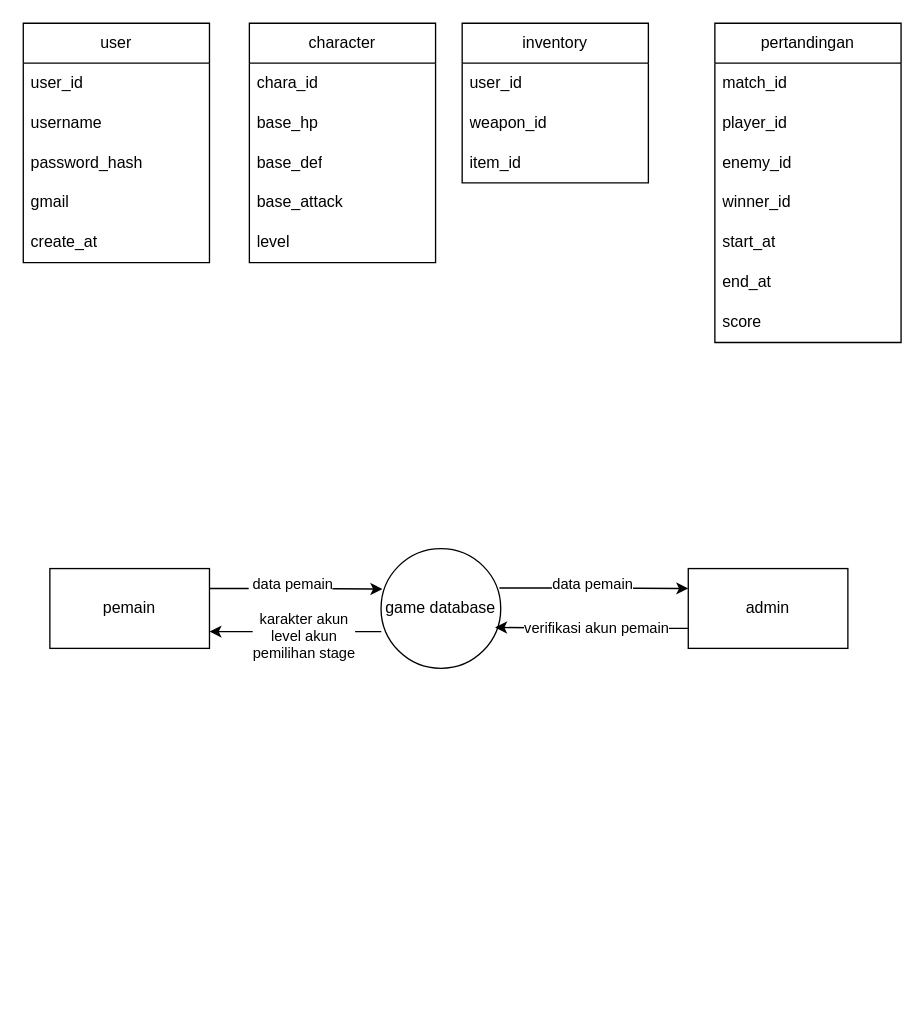
Above: Diagram Tanpa Judul.drawio in sanusiamir/uas_blogs (draw.io), before the change. Source tidied: cells renumbered, new cells numbered last; positions are measured from the earlier drawing's top-left corner, leaving out a move shared by most shapes. Both pictures are drawn from the tidied source at 133%, with x=0, y=0 at pixel (23, 23).
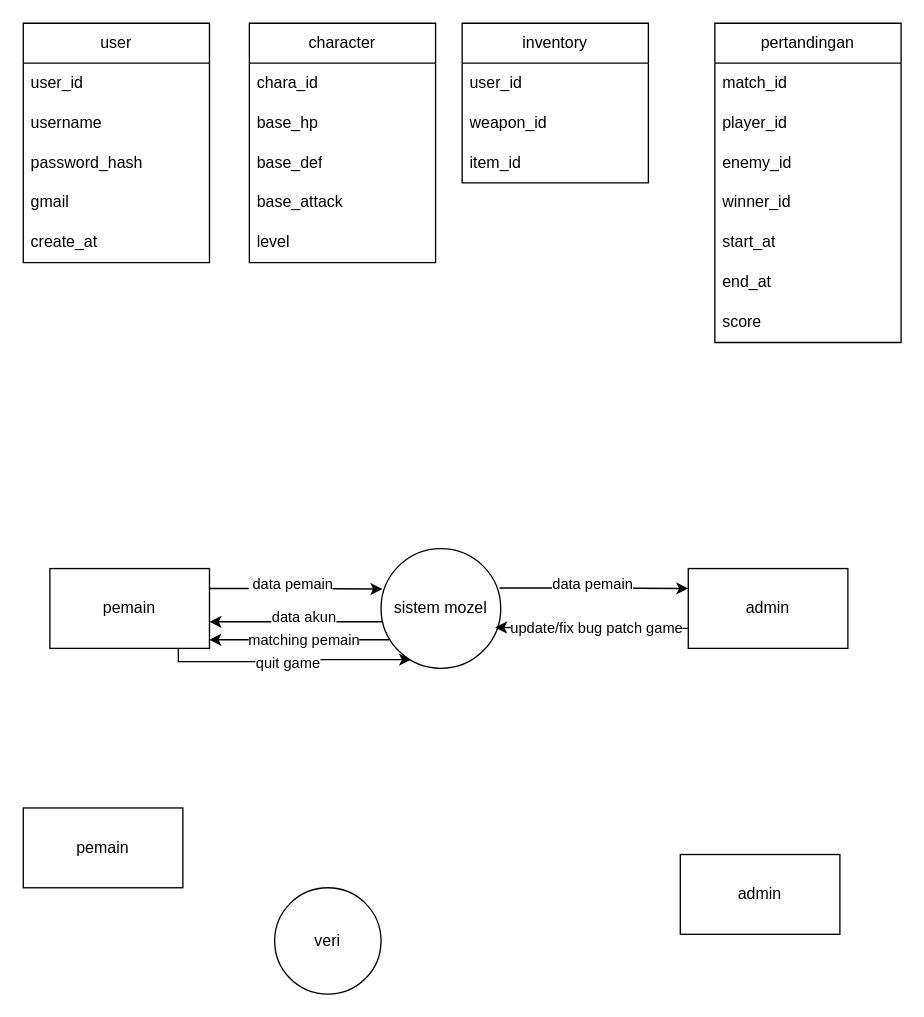
The same page after the edit.

The change refers to these unchanged cells:
```xml
<mxCell id="33" value="pemain" style="rounded=0;whiteSpace=wrap;html=1;" parent="1" vertex="1">
  <mxGeometry x="20" y="410" width="120" height="60" as="geometry" />
</mxCell>
<mxCell id="35" style="edgeStyle=orthogonalEdgeStyle;rounded=0;jettySize=auto;html=1;exitX=0;exitY=0.75;exitDx=0;exitDy=0;entryX=0.953;entryY=0.658;entryDx=0;entryDy=0;entryPerimeter=0;" parent="1" edge="1" source="34" target="6">
  <mxGeometry relative="1" as="geometry" />
</mxCell>
```

Change to the diagram source:
```diff
@@
-    <mxCell id="4" style="edgeStyle=orthogonalEdgeStyle;rounded=0;jettySize=auto;html=1;exitX=0.002;exitY=0.693;exitDx=0;exitDy=0;entryX=1;entryY=0.79;entryDx=0;entryDy=0;exitPerimeter=0;entryPerimeter=0;" parent="1" edge="1" source="6" target="33">
-      <mxGeometry relative="1" as="geometry" />
+    <mxCell id="4" style="edgeStyle=orthogonalEdgeStyle;rounded=0;jettySize=auto;html=1;exitX=0.007;exitY=0.613;exitDx=0;exitDy=0;exitPerimeter=0;" parent="1" edge="1" source="6">
+      <mxGeometry relative="1" as="geometry">
+        <mxPoint x="140" y="450" as="targetPoint" />
+        <Array as="points">
+          <mxPoint x="140" y="450" />
+        </Array>
+      </mxGeometry>
     </mxCell>
-    <mxCell id="5" value="karakter akun&lt;div&gt;level akun&lt;/div&gt;&lt;div&gt;pemilihan stage&lt;/div&gt;" style="edgeLabel;html=1;align=center;verticalAlign=middle;" parent="4" vertex="1">
+    <mxCell id="5" value="data akun&lt;br&gt;&lt;div&gt;&lt;br&gt;&lt;/div&gt;" style="edgeLabel;html=1;align=center;verticalAlign=middle;" parent="4" vertex="1">
       <mxGeometry x="-0.15" y="3" relative="1" as="geometry">
         <mxPoint x="-4" as="offset" />
       </mxGeometry>
     </mxCell>
-    <mxCell id="6" value="game database" style="ellipse;whiteSpace=wrap;html=1;" parent="1" vertex="1">
+    <mxCell id="6" value="sistem mozel" style="ellipse;whiteSpace=wrap;html=1;" parent="1" vertex="1">
       <mxGeometry x="269" y="395" width="90" height="90" as="geometry" />
     </mxCell>
@@
+    <mxCell id="37" style="edgeStyle=orthogonalEdgeStyle;rounded=0;jettySize=auto;html=1;entryX=0.251;entryY=0.928;entryDx=0;entryDy=0;exitX=0.805;exitY=0.995;exitDx=0;exitDy=0;exitPerimeter=0;entryPerimeter=0;" parent="1" edge="1" source="33" target="6">
+      <mxGeometry relative="1" as="geometry">
+        <Array as="points">
+          <mxPoint x="117" y="480" />
+          <mxPoint x="205" y="480" />
+          <mxPoint x="205" y="478" />
+        </Array>
+      </mxGeometry>
+    </mxCell>
+    <mxCell id="38" value="quit game" style="edgeLabel;html=1;align=center;verticalAlign=middle;" parent="37" vertex="1">
+      <mxGeometry x="-0.02" relative="1" as="geometry" />
+    </mxCell>
@@
-    <mxCell id="36" value="verifikasi akun pemain" style="edgeLabel;html=1;align=center;verticalAlign=middle;" parent="35" vertex="1">
+    <mxCell id="36" value="update/fix bug patch game" style="edgeLabel;html=1;align=center;verticalAlign=middle;" parent="35" vertex="1">
       <mxGeometry x="-0.19" y="-1" relative="1" as="geometry">
         <mxPoint x="-11" as="offset" />
       </mxGeometry>
     </mxCell>
+    <mxCell id="39" style="edgeStyle=orthogonalEdgeStyle;rounded=0;jettySize=auto;html=1;entryX=0.999;entryY=0.892;entryDx=0;entryDy=0;entryPerimeter=0;exitX=0.069;exitY=0.761;exitDx=0;exitDy=0;exitPerimeter=0;" parent="1" edge="1" source="6" target="33">
+      <mxGeometry relative="1" as="geometry" />
+    </mxCell>
+    <mxCell id="40" value="matching pemain" style="edgeLabel;html=1;align=center;verticalAlign=middle;" parent="39" vertex="1">
+      <mxGeometry x="-0.04" relative="1" as="geometry" />
+    </mxCell>
+    <mxCell id="41" value="veri" style="ellipse;whiteSpace=wrap;html=1;" parent="1" vertex="1">
+      <mxGeometry x="189" y="650" width="80" height="80" as="geometry" />
+    </mxCell>
+    <mxCell id="42" value="pemain" style="rounded=0;whiteSpace=wrap;html=1;" parent="1" vertex="1">
+      <mxGeometry y="590" width="120" height="60" as="geometry" />
+    </mxCell>
+    <mxCell id="43" value="admin" style="rounded=0;whiteSpace=wrap;html=1;" parent="1" vertex="1">
+      <mxGeometry x="494" y="625" width="120" height="60" as="geometry" />
+    </mxCell>
```
